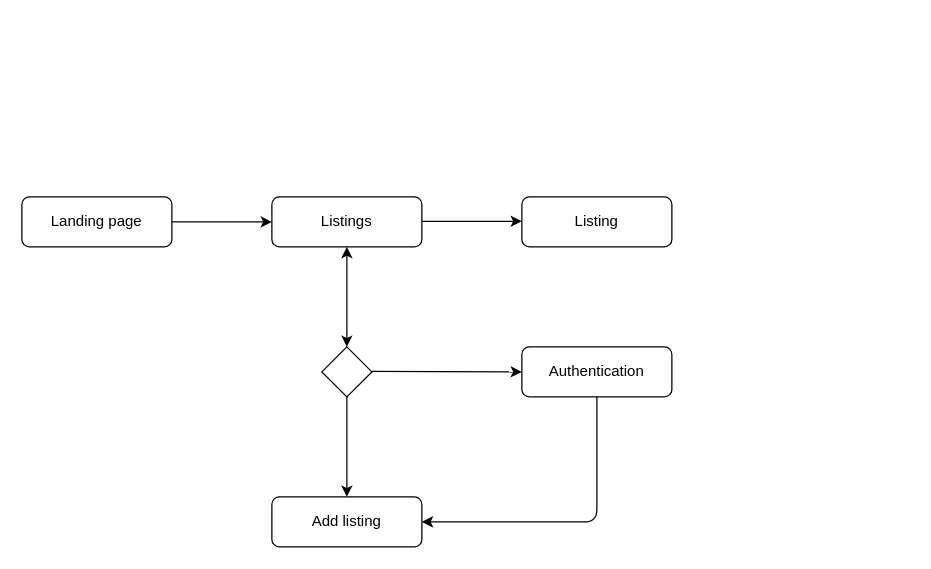
Earlier version of the draw.io diagram listings.drawio (shiundu/listings). Source tidied: cells renumbered, new cells numbered last; positions are measured from the earlier drawing's top-left corner, leaving out a move shared by most shapes. Both pictures are drawn from the tidied source at 125%, with x=0, y=0 at pixel (21, 196).
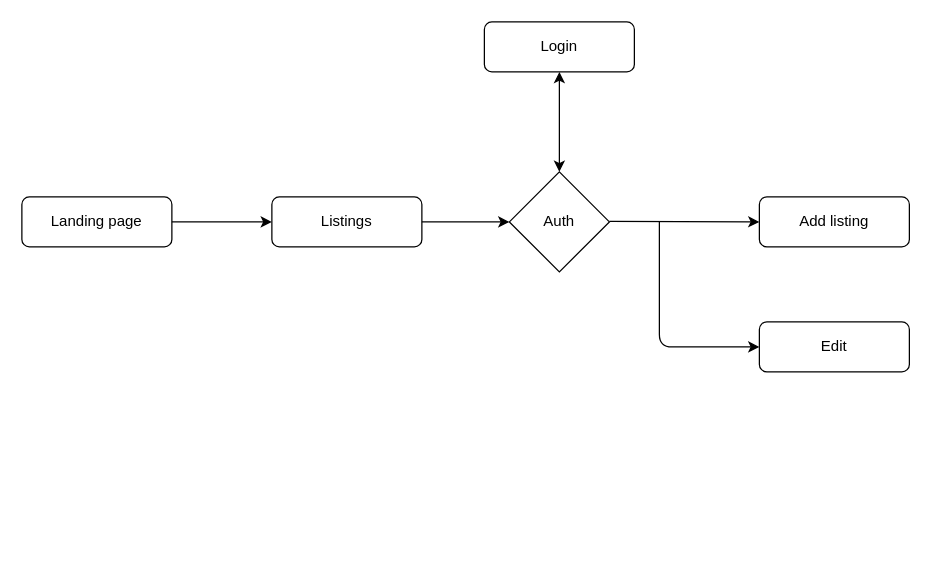
The same diagram, later.

What changed in the source:
```diff
@@
 <mxGraphModel>
   <root>
     <mxCell id="0" />
     <mxCell id="1" parent="0" />
     <mxCell id="2" value="Landing page" style="rounded=1;whiteSpace=wrap;html=1;" parent="1" vertex="1">
       <mxGeometry width="120" height="40" as="geometry" />
     </mxCell>
     <mxCell id="3" value="Listings" style="rounded=1;whiteSpace=wrap;html=1;" parent="1" vertex="1">
       <mxGeometry x="200" width="120" height="40" as="geometry" />
     </mxCell>
-    <mxCell id="4" value="Listing" style="rounded=1;whiteSpace=wrap;html=1;" parent="1" vertex="1">
-      <mxGeometry x="400" width="120" height="40" as="geometry" />
-    </mxCell>
     <mxCell id="5" value="Add listing" style="rounded=1;whiteSpace=wrap;html=1;" parent="1" vertex="1">
-      <mxGeometry x="200" y="240" width="120" height="40" as="geometry" />
+      <mxGeometry x="590" width="120" height="40" as="geometry" />
     </mxCell>
-    <mxCell id="6" style="rhombus;whiteSpace=wrap;html=1;" parent="1" vertex="1">
-      <mxGeometry x="240" y="120" width="40" height="40" as="geometry" />
-    </mxCell>
-    <mxCell id="7" value="Authentication" style="rounded=1;whiteSpace=wrap;html=1;" parent="1" vertex="1">
-      <mxGeometry x="400" y="120" width="120" height="40" as="geometry" />
-    </mxCell>
     <mxCell id="8" style="endArrow=classic;html=1;entryX=0;entryY=0.5;entryDx=0;entryDy=0;exitX=1;exitY=0.5;exitDx=0;exitDy=0;" parent="1" edge="1" source="2" target="3">
       <mxGeometry relative="1" as="geometry" />
     </mxCell>
-    <mxCell id="9" style="endArrow=classic;html=1;entryX=0;entryY=0.5;entryDx=0;entryDy=0;" parent="1" edge="1">
-      <mxGeometry relative="1" as="geometry">
-        <mxPoint x="320" y="19.5" as="sourcePoint" />
-        <mxPoint x="400" y="19.5" as="targetPoint" />
-      </mxGeometry>
-    </mxCell>
-    <mxCell id="10" style="endArrow=classic;startArrow=classic;html=1;entryX=0.5;entryY=1;entryDx=0;entryDy=0;" parent="1" edge="1" target="3">
-      <mxGeometry relative="1" as="geometry">
-        <mxPoint x="260" y="120" as="sourcePoint" />
-      </mxGeometry>
-    </mxCell>
-    <mxCell id="11" style="endArrow=classic;html=1;entryX=0;entryY=0.5;entryDx=0;entryDy=0;" parent="1" edge="1" target="7">
-      <mxGeometry relative="1" as="geometry">
-        <mxPoint x="280" y="139.5" as="sourcePoint" />
-      </mxGeometry>
-    </mxCell>
-    <mxCell id="12" style="endArrow=classic;html=1;entryX=0.5;entryY=0;entryDx=0;entryDy=0;" parent="1" edge="1" target="5">
-      <mxGeometry relative="1" as="geometry">
-        <mxPoint x="260" y="160" as="sourcePoint" />
-      </mxGeometry>
-    </mxCell>
-    <mxCell id="13" style="endArrow=classic;html=1;exitX=0.5;exitY=1;exitDx=0;exitDy=0;entryX=1;entryY=0.5;entryDx=0;entryDy=0;" parent="1" edge="1" source="7" target="5">
-      <mxGeometry relative="1" as="geometry">
-        <Array as="points">
-          <mxPoint x="460" y="260" />
-        </Array>
-      </mxGeometry>
-    </mxCell>
+    <mxCell id="14" style="endArrow=classic;html=1;entryX=0;entryY=0.5;entryDx=0;entryDy=0;" parent="1" edge="1" target="16">
+      <mxGeometry relative="1" as="geometry">
+        <mxPoint x="320" y="20" as="sourcePoint" />
+      </mxGeometry>
+    </mxCell>
+    <mxCell id="15" style="endArrow=classic;html=1;" parent="1" edge="1">
+      <mxGeometry relative="1" as="geometry">
+        <mxPoint x="470" y="19.5" as="sourcePoint" />
+        <mxPoint x="590" y="20" as="targetPoint" />
+      </mxGeometry>
+    </mxCell>
+    <mxCell id="16" value="Auth" style="rhombus;whiteSpace=wrap;html=1;" parent="1" vertex="1">
+      <mxGeometry x="390" y="-20" width="80" height="80" as="geometry" />
+    </mxCell>
+    <mxCell id="17" value="Login" style="rounded=1;whiteSpace=wrap;html=1;" parent="1" vertex="1">
+      <mxGeometry x="370" y="-140" width="120" height="40" as="geometry" />
+    </mxCell>
+    <mxCell id="18" style="endArrow=classic;startArrow=classic;html=1;entryX=0.5;entryY=1;entryDx=0;entryDy=0;exitX=0.5;exitY=0;exitDx=0;exitDy=0;" parent="1" edge="1" source="16" target="17">
+      <mxGeometry relative="1" as="geometry" />
+    </mxCell>
+    <mxCell id="19" value="Edit" style="rounded=1;whiteSpace=wrap;html=1;" parent="1" vertex="1">
+      <mxGeometry x="590" y="100" width="120" height="40" as="geometry" />
+    </mxCell>
+    <mxCell id="20" style="endArrow=classic;html=1;entryX=0;entryY=0.5;entryDx=0;entryDy=0;" parent="1" edge="1" target="19">
+      <mxGeometry relative="1" as="geometry">
+        <mxPoint x="510" y="20" as="sourcePoint" />
+        <Array as="points">
+          <mxPoint x="510" y="120" />
+        </Array>
+      </mxGeometry>
+    </mxCell>
   </root>
 </mxGraphModel>
```
